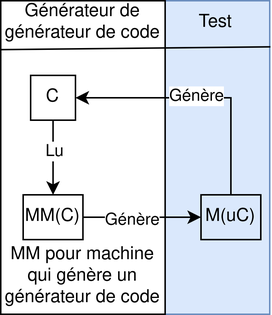
This is diagramme/generateur_de_generateur_de_code.drawio.png from mathben/memoire_generateur_code_2023, a draw.io export, as it was before one commit. Source tidied: cells renumbered, new cells last; positions are measured from the earlier drawing's top-left corner, leaving out a move shared by most shapes. The source it was exported from:
```xml
<mxGraphModel>
  <root>
    <mxCell id="0" />
    <mxCell id="1" parent="0" />
    <mxCell id="2" style="rounded=0;whiteSpace=wrap;html=1;strokeColor=#6c8ebf;fillColor=#dae8fc;" parent="1" vertex="1">
      <mxGeometry x="110" width="70" height="210" as="geometry" />
    </mxCell>
    <mxCell id="3" style="rounded=0;whiteSpace=wrap;html=1;strokeColor=default;" parent="1" vertex="1">
      <mxGeometry width="110" height="210" as="geometry" />
    </mxCell>
    <mxCell id="4" style="edgeStyle=orthogonalEdgeStyle;rounded=0;jettySize=auto;html=1;entryX=0.5;entryY=0;entryDx=0;entryDy=0;" parent="1" edge="1" source="6" target="9">
      <mxGeometry relative="1" as="geometry" />
    </mxCell>
    <mxCell id="5" value="Lu" style="edgeLabel;html=1;align=center;verticalAlign=middle;" parent="4" vertex="1">
      <mxGeometry x="-0.17" y="1" relative="1" as="geometry" />
    </mxCell>
    <mxCell id="6" value="C" style="text;html=1;strokeColor=default;fillColor=none;align=center;verticalAlign=middle;whiteSpace=wrap;rounded=0;" parent="1" vertex="1">
      <mxGeometry x="20" y="50" width="30" height="30" as="geometry" />
    </mxCell>
    <mxCell id="7" style="edgeStyle=orthogonalEdgeStyle;rounded=0;jettySize=auto;html=1;entryX=0;entryY=0.5;entryDx=0;entryDy=0;" parent="1" edge="1" source="9" target="12">
      <mxGeometry relative="1" as="geometry" />
    </mxCell>
    <mxCell id="8" value="Génère" style="edgeLabel;html=1;align=center;verticalAlign=middle;" parent="7" vertex="1">
      <mxGeometry x="-0.15" y="-2" relative="1" as="geometry" />
    </mxCell>
    <mxCell id="9" value="MM(C)" style="text;html=1;strokeColor=default;fillColor=none;align=center;verticalAlign=middle;whiteSpace=wrap;rounded=0;" parent="1" vertex="1">
      <mxGeometry x="15" y="130" width="40" height="30" as="geometry" />
    </mxCell>
    <mxCell id="10" style="edgeStyle=orthogonalEdgeStyle;rounded=0;jettySize=auto;html=1;entryX=1;entryY=0.5;entryDx=0;entryDy=0;exitX=0.5;exitY=0;exitDx=0;exitDy=0;" parent="1" edge="1" source="12" target="6">
      <mxGeometry relative="1" as="geometry" />
    </mxCell>
    <mxCell id="11" value="Génère" style="edgeLabel;html=1;align=center;verticalAlign=middle;" parent="10" vertex="1">
      <mxGeometry x="0.04" y="-1" relative="1" as="geometry" />
    </mxCell>
    <mxCell id="12" value="M(uC)" style="text;html=1;strokeColor=default;fillColor=none;align=center;verticalAlign=middle;whiteSpace=wrap;rounded=0;" parent="1" vertex="1">
      <mxGeometry x="134" y="130" width="40" height="30" as="geometry" />
    </mxCell>
    <mxCell id="13" value="Générateur de générateur de code" style="text;html=1;strokeColor=none;fillColor=none;align=center;verticalAlign=middle;whiteSpace=wrap;rounded=0;" parent="1" vertex="1">
      <mxGeometry width="110" height="30" as="geometry" />
    </mxCell>
    <mxCell id="14" value="MM pour machine qui génère un générateur de code" style="text;html=1;strokeColor=none;fillColor=none;align=center;verticalAlign=middle;whiteSpace=wrap;rounded=0;" parent="1" vertex="1">
      <mxGeometry y="170" width="110" height="30" as="geometry" />
    </mxCell>
    <mxCell id="15" value="Test" style="text;html=1;strokeColor=none;fillColor=none;align=center;verticalAlign=middle;whiteSpace=wrap;rounded=0;" parent="1" vertex="1">
      <mxGeometry x="114" width="60" height="30" as="geometry" />
    </mxCell>
    <mxCell id="16" style="endArrow=none;html=1;rounded=0;entryX=1.007;entryY=0.147;entryDx=0;entryDy=0;entryPerimeter=0;exitX=0.002;exitY=0.156;exitDx=0;exitDy=0;exitPerimeter=0;" parent="1" edge="1" source="3" target="2">
      <mxGeometry relative="1" as="geometry" />
    </mxCell>
  </root>
</mxGraphModel>
```
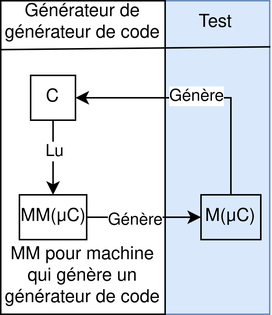
The same file after the commit.

The edit, as a diff of the source:
```diff
@@ -23,8 +23,8 @@
     <mxCell id="8" value="Génère" style="edgeLabel;html=1;align=center;verticalAlign=middle;" parent="7" vertex="1">
       <mxGeometry x="-0.15" y="-2" relative="1" as="geometry" />
     </mxCell>
-    <mxCell id="9" value="MM(C)" style="text;html=1;strokeColor=default;fillColor=none;align=center;verticalAlign=middle;whiteSpace=wrap;rounded=0;" parent="1" vertex="1">
-      <mxGeometry x="15" y="130" width="40" height="30" as="geometry" />
+    <mxCell id="9" value="MM(μC)" style="text;html=1;strokeColor=default;fillColor=none;align=center;verticalAlign=middle;whiteSpace=wrap;rounded=0;" parent="1" vertex="1">
+      <mxGeometry x="12.5" y="130" width="45" height="30" as="geometry" />
     </mxCell>
     <mxCell id="10" style="edgeStyle=orthogonalEdgeStyle;rounded=0;jettySize=auto;html=1;entryX=1;entryY=0.5;entryDx=0;entryDy=0;exitX=0.5;exitY=0;exitDx=0;exitDy=0;" parent="1" edge="1" source="12" target="6">
       <mxGeometry relative="1" as="geometry" />
@@ -32,7 +32,7 @@
     <mxCell id="11" value="Génère" style="edgeLabel;html=1;align=center;verticalAlign=middle;" parent="10" vertex="1">
       <mxGeometry x="0.04" y="-1" relative="1" as="geometry" />
     </mxCell>
-    <mxCell id="12" value="M(uC)" style="text;html=1;strokeColor=default;fillColor=none;align=center;verticalAlign=middle;whiteSpace=wrap;rounded=0;" parent="1" vertex="1">
+    <mxCell id="12" value="M(μC)" style="text;html=1;strokeColor=default;fillColor=none;align=center;verticalAlign=middle;whiteSpace=wrap;rounded=0;" parent="1" vertex="1">
       <mxGeometry x="134" y="130" width="40" height="30" as="geometry" />
     </mxCell>
     <mxCell id="13" value="Générateur de générateur de code" style="text;html=1;strokeColor=none;fillColor=none;align=center;verticalAlign=middle;whiteSpace=wrap;rounded=0;" parent="1" vertex="1">
```
